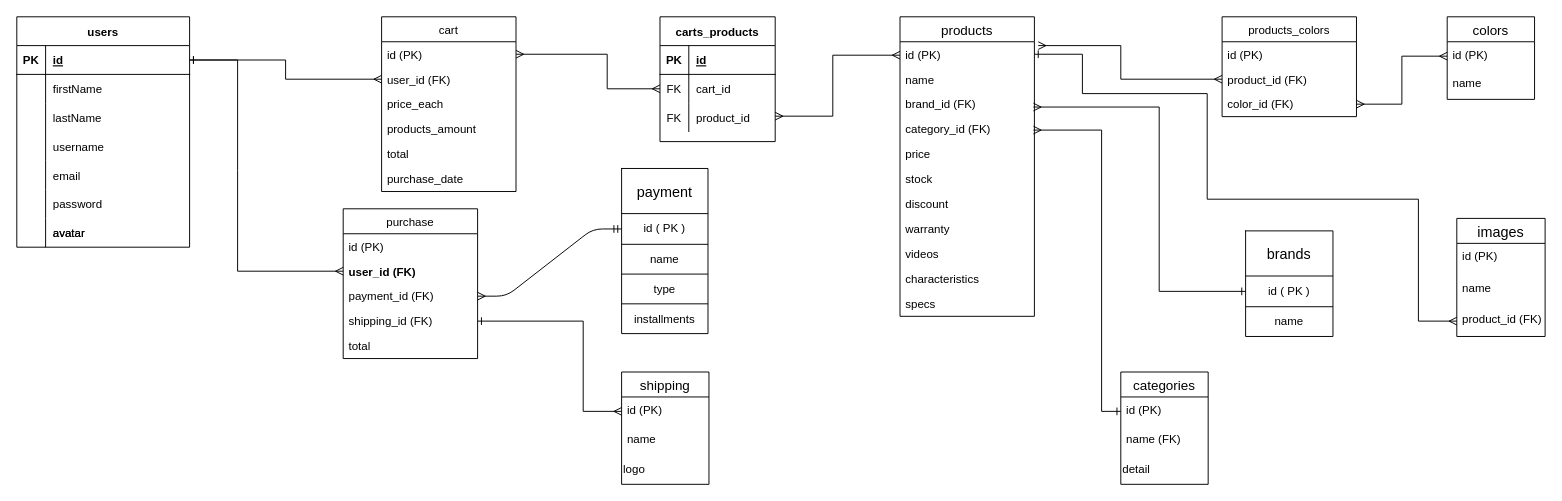
This is db_diagrams/db_diagram.drawio from teosordo/grupo_3_mat, a draw.io file, before an edit. Source tidied: cells renumbered, new cells numbered last; positions are measured from the earlier drawing's top-left corner, leaving out a move shared by most shapes. Both pictures are drawn from the tidied source at 96%, with x=0, y=0 at pixel (16, 16).
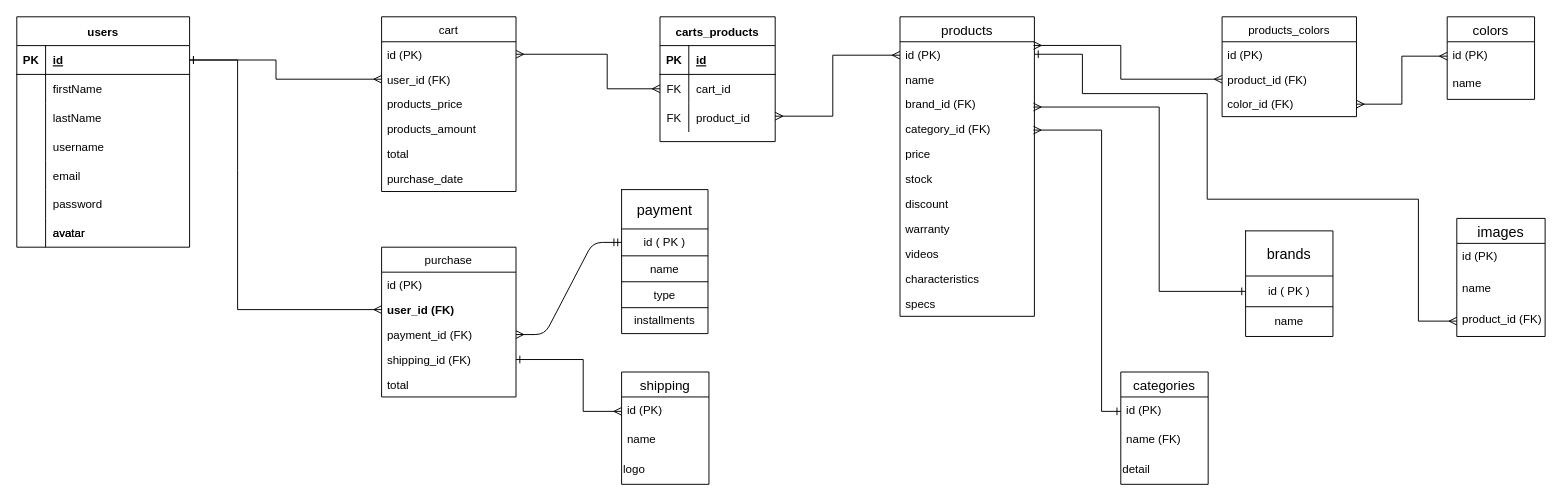
The same diagram, later.

The change refers to these unchanged cells:
```xml
<mxCell id="3" style="shape=partialRectangle;fillColor=none;top=0;left=0;bottom=1;right=0;points=[[0,0.5],[1,0.5]];portConstraint=eastwest;" parent="2" vertex="1">
  <mxGeometry y="30" width="180" height="30" as="geometry" />
</mxCell>
<mxCell id="46" value="cart" style="swimlane;fontStyle=0;horizontal=1;startSize=26;" parent="1" vertex="1">
  <mxGeometry x="380" width="140" height="182" as="geometry" />
</mxCell>
<mxCell id="48" value="user_id (FK)" style="text;strokeColor=none;fillColor=none;align=left;verticalAlign=top;spacingLeft=4;spacingRight=4;overflow=hidden;points=[[0,0.5],[1,0.5]];portConstraint=eastwest;" parent="46" vertex="1">
  <mxGeometry y="52" width="140" height="26" as="geometry" />
</mxCell>
<mxCell id="56" value="user_id (FK)" style="text;strokeColor=none;fillColor=none;align=left;verticalAlign=top;spacingLeft=4;spacingRight=4;overflow=hidden;points=[[0,0.5],[1,0.5]];portConstraint=eastwest;fontStyle=1;" parent="54" vertex="1">
  <mxGeometry y="52" width="140" height="26" as="geometry" />
</mxCell>
<mxCell id="58" value="shipping_id (FK)" style="text;strokeColor=none;fillColor=none;align=left;verticalAlign=top;spacingLeft=4;spacingRight=4;overflow=hidden;points=[[0,0.5],[1,0.5]];portConstraint=eastwest;" parent="54" vertex="1">
  <mxGeometry y="104" width="140" height="26" as="geometry" />
</mxCell>
<mxCell id="62" value="product_id (FK)" style="text;strokeColor=none;fillColor=none;align=left;verticalAlign=top;spacingLeft=4;spacingRight=4;overflow=hidden;points=[[0,0.5],[1,0.5]];portConstraint=eastwest;" parent="60" vertex="1">
  <mxGeometry y="52" width="140" height="26" as="geometry" />
</mxCell>
<mxCell id="83" value="id (PK)" style="text;strokeColor=none;fillColor=none;spacingLeft=4;spacingRight=4;overflow=hidden;points=[[0,0.5],[1,0.5]];portConstraint=eastwest;fontSize=12;" parent="82" vertex="1">
  <mxGeometry y="26" width="91" height="30" as="geometry" />
</mxCell>
<mxCell id="97" value="id (PK)" style="text;strokeColor=none;fillColor=none;align=left;verticalAlign=top;spacingLeft=4;spacingRight=4;overflow=hidden;points=[[0,0.5],[1,0.5]];portConstraint=eastwest;" parent="96" vertex="1">
  <mxGeometry y="26" width="140" height="26" as="geometry" />
</mxCell>
```

Diff of the diagram source:
```diff
@@
     <mxCell id="35" style="shape=table;startSize=0;childLayout=tableLayout;" parent="1" vertex="1">
-      <mxGeometry x="630" y="158" width="90" height="172" as="geometry" />
+      <mxGeometry x="630" y="180" width="90" height="150" as="geometry" />
     </mxCell>
     <mxCell id="36" style="shape=partialRectangle;fillColor=none;top=0;left=0;bottom=0;right=0;" parent="35" vertex="1">
-      <mxGeometry width="90" height="47" as="geometry" />
+      <mxGeometry width="90" height="41" as="geometry" />
     </mxCell>
     <mxCell id="37" value="&lt;span style=&quot;font-size: 15px&quot;&gt;payment&lt;/span&gt;" style="shape=partialRectangle;html=1;whiteSpace=wrap;overflow=hidden;fillColor=none;top=0;left=0;bottom=0;right=0;" parent="36" vertex="1">
-      <mxGeometry width="90" height="47" as="geometry" />
+      <mxGeometry width="90" height="41" as="geometry" />
     </mxCell>
     <mxCell id="38" style="shape=partialRectangle;fillColor=none;top=0;left=0;bottom=0;right=0;points=[[0,0.5],[1,0.5]];portConstraint=eastwest;" parent="35" vertex="1">
-      <mxGeometry y="47" width="90" height="32" as="geometry" />
+      <mxGeometry y="41" width="90" height="28" as="geometry" />
     </mxCell>
     <mxCell id="39" value="id ( PK )" style="shape=partialRectangle;html=1;whiteSpace=wrap;overflow=hidden;fillColor=none;top=0;left=0;bottom=0;right=0;" parent="38" vertex="1">
-      <mxGeometry width="90" height="32" as="geometry" />
+      <mxGeometry width="90" height="28" as="geometry" />
     </mxCell>
     <mxCell id="40" style="shape=partialRectangle;fillColor=none;top=0;left=0;bottom=0;right=0;" parent="35" vertex="1">
-      <mxGeometry y="79" width="90" height="31" as="geometry" />
+      <mxGeometry y="69" width="90" height="27" as="geometry" />
     </mxCell>
     <mxCell id="41" value="name" style="shape=partialRectangle;html=1;whiteSpace=wrap;overflow=hidden;fillColor=none;top=0;left=0;bottom=0;right=0;" parent="40" vertex="1">
-      <mxGeometry width="90" height="31" as="geometry" />
+      <mxGeometry width="90" height="27" as="geometry" />
     </mxCell>
     <mxCell id="42" style="shape=partialRectangle;fillColor=none;top=0;left=0;bottom=0;right=0;" parent="35" vertex="1">
-      <mxGeometry y="110" width="90" height="31" as="geometry" />
+      <mxGeometry y="96" width="90" height="27" as="geometry" />
     </mxCell>
     <mxCell id="43" value="type" style="shape=partialRectangle;html=1;whiteSpace=wrap;overflow=hidden;fillColor=none;top=0;left=0;bottom=0;right=0;" parent="42" vertex="1">
-      <mxGeometry width="90" height="31" as="geometry" />
+      <mxGeometry width="90" height="27" as="geometry" />
     </mxCell>
     <mxCell id="44" style="shape=partialRectangle;fillColor=none;top=0;left=0;bottom=0;right=0;" parent="35" vertex="1">
-      <mxGeometry y="141" width="90" height="31" as="geometry" />
+      <mxGeometry y="123" width="90" height="27" as="geometry" />
     </mxCell>
     <mxCell id="45" value="&lt;span&gt;installments&lt;/span&gt;" style="shape=partialRectangle;html=1;whiteSpace=wrap;overflow=hidden;fillColor=none;top=0;left=0;bottom=0;right=0;" parent="44" vertex="1">
-      <mxGeometry width="90" height="31" as="geometry" />
+      <mxGeometry width="90" height="27" as="geometry" />
     </mxCell>
@@
-    <mxCell id="49" value="price_each" style="text;strokeColor=none;fillColor=none;align=left;verticalAlign=top;spacingLeft=4;spacingRight=4;overflow=hidden;" parent="46" vertex="1">
+    <mxCell id="49" value="products_price" style="text;strokeColor=none;fillColor=none;align=left;verticalAlign=top;spacingLeft=4;spacingRight=4;overflow=hidden;" parent="46" vertex="1">
       <mxGeometry y="78" width="140" height="26" as="geometry" />
     </mxCell>
-    <mxCell id="50" value="products_amount" style="text;strokeColor=none;fillColor=none;align=left;verticalAlign=top;spacingLeft=4;spacingRight=4;overflow=hidden;" parent="46" vertex="1">
-      <mxGeometry y="104" width="140" height="26" as="geometry" />
-    </mxCell>
+    <mxCell id="87" value="products_amount" style="text;strokeColor=none;fillColor=none;align=left;verticalAlign=top;spacingLeft=4;spacingRight=4;overflow=hidden;" parent="46" vertex="1" source="3" target="48">
+      <mxGeometry y="104" width="140" height="26" as="geometry" />
+    </mxCell>
@@
     <mxCell id="54" value="purchase" style="swimlane;fontStyle=0;horizontal=1;startSize=26;" parent="1" vertex="1">
-      <mxGeometry x="340" y="200" width="140" height="156" as="geometry" />
+      <mxGeometry x="380" y="240" width="140" height="156" as="geometry" />
     </mxCell>
@@
     <mxCell id="74" style="rounded=0;jettySize=auto;html=1;entryX=1;entryY=0.5;entryDx=0;entryDy=0;startArrow=ERmany;startFill=0;endArrow=ERone;endFill=0;exitX=0;exitY=0.5;exitDx=0;exitDy=0;" parent="1" edge="1" source="56" target="3">
       <mxGeometry relative="1" as="geometry">
         <Array as="points">
-          <mxPoint x="230" y="265" />
+          <mxPoint x="230" y="305" />
           <mxPoint x="230" y="160" />
           <mxPoint x="230" y="45" />
         </Array>
       </mxGeometry>
     </mxCell>
@@
     <mxCell id="86" style="edgeStyle=orthogonalEdgeStyle;rounded=0;jettySize=auto;html=1;exitX=0;exitY=0.5;exitDx=0;exitDy=0;entryX=1;entryY=0.5;entryDx=0;entryDy=0;endArrow=ERone;endFill=0;startArrow=ERmany;startFill=0;" parent="1" edge="1" source="83" target="58">
       <mxGeometry relative="1" as="geometry">
         <Array as="points">
           <mxPoint x="590" y="411" />
-          <mxPoint x="590" y="317" />
+          <mxPoint x="590" y="357" />
         </Array>
       </mxGeometry>
     </mxCell>
-    <mxCell id="87" style="edgeStyle=orthogonalEdgeStyle;rounded=0;jettySize=auto;html=1;exitX=1;exitY=0.5;exitDx=0;exitDy=0;entryX=0;entryY=0.5;entryDx=0;entryDy=0;startArrow=ERone;startFill=0;endArrow=ERmany;endFill=0;" parent="1" edge="1" source="3" target="48">
-      <mxGeometry relative="1" as="geometry" />
-    </mxCell>
-    <mxCell id="88" style="edgeStyle=orthogonalEdgeStyle;rounded=0;jettySize=auto;html=1;exitX=0;exitY=0.5;exitDx=0;exitDy=0;startArrow=ERmany;startFill=0;endArrow=ERmany;endFill=0;" parent="1" edge="1" source="62">
+    <mxCell id="88" style="edgeStyle=orthogonalEdgeStyle;rounded=0;jettySize=auto;html=1;exitX=0;exitY=0.5;exitDx=0;exitDy=0;startArrow=ERmany;startFill=0;endArrow=ERmany;endFill=0;entryX=0.994;entryY=0.148;entryDx=0;entryDy=0;entryPerimeter=0;" parent="1" edge="1" source="62" target="97">
       <mxGeometry relative="1" as="geometry">
-        <mxPoint x="1064" y="30" as="targetPoint" />
         <Array as="points">
           <mxPoint x="1150" y="65" />
           <mxPoint x="1150" y="30" />
         </Array>
       </mxGeometry>
     </mxCell>
@@
+    <mxCell id="110" style="rounded=0;jettySize=auto;html=1;startArrow=ERmany;startFill=0;endArrow=ERone;endFill=0;exitX=0;exitY=0.5;exitDx=0;exitDy=0;entryX=1;entryY=0.5;entryDx=0;entryDy=0;" parent="1" edge="1" source="48" target="3">
+      <mxGeometry relative="1" as="geometry">
+        <Array as="points">
+          <mxPoint x="270" y="65" />
+          <mxPoint x="270" y="45" />
+        </Array>
+      </mxGeometry>
+    </mxCell>
```
